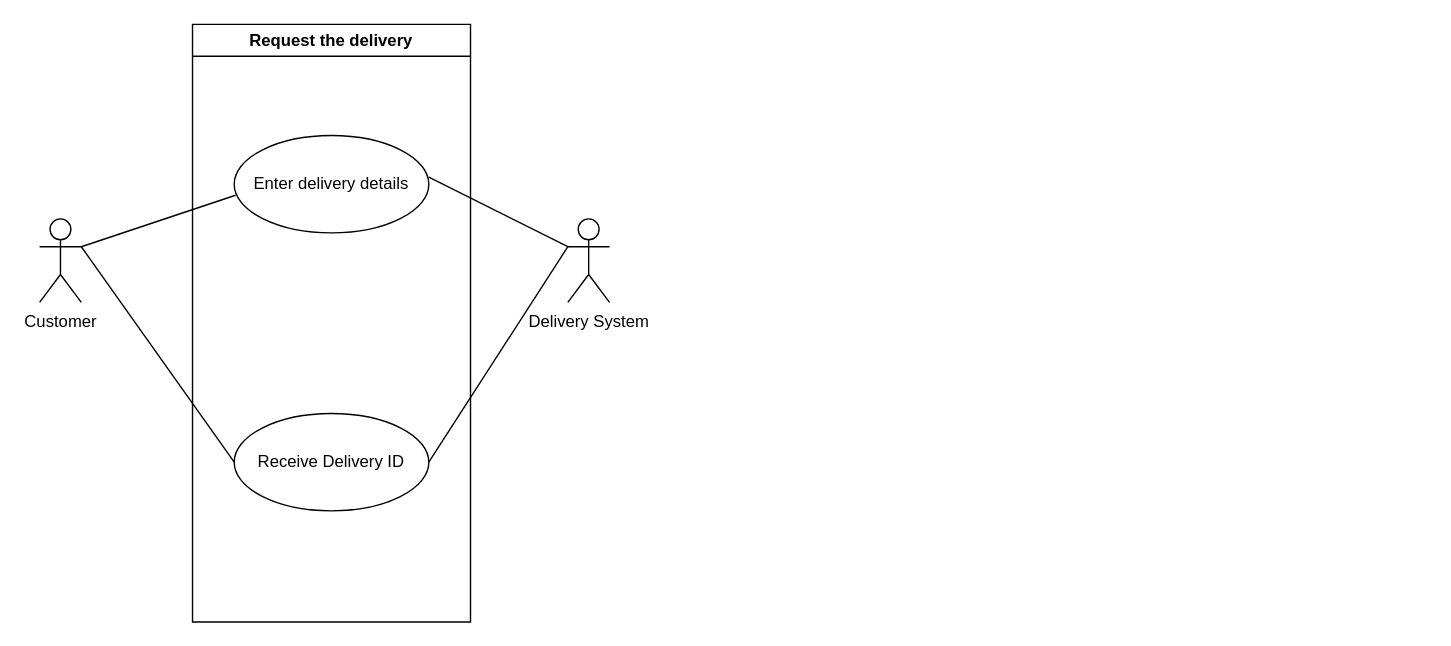
This is diagrams.drawio from thermoNuke1/The-blueprint--SOEN-343, a draw.io file, before an edit. Source tidied: cells renumbered, new cells numbered last; positions are measured from the earlier drawing's top-left corner, leaving out a move shared by most shapes. Both pictures are drawn from the tidied source at 139%, with x=0, y=0 at pixel (39, 24).
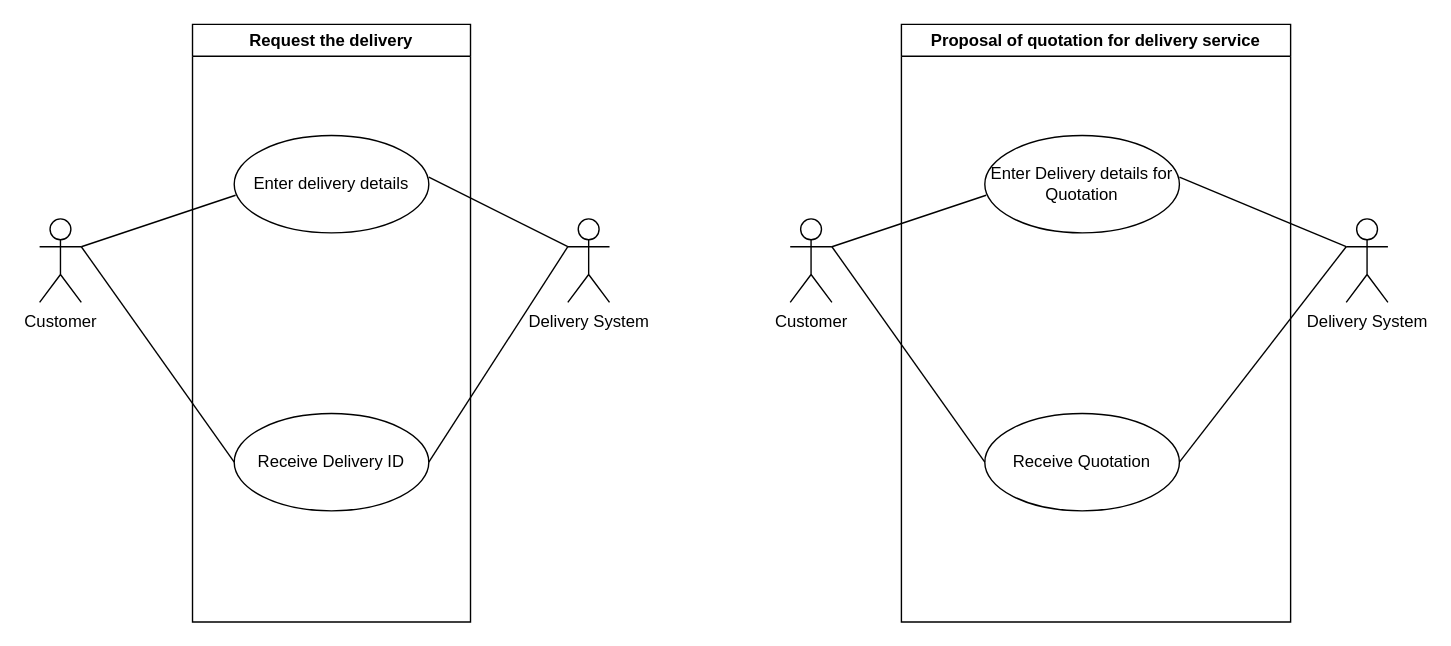
Above is the later version.

The edit, as a diff of the source:
```diff
@@
+    <mxCell id="11" value="Proposal of quotation for delivery service" style="swimlane;whiteSpace=wrap;html=1;" parent="1" vertex="1">
+      <mxGeometry x="620" width="280" height="430" as="geometry" />
+    </mxCell>
+    <mxCell id="12" value="Enter Delivery details for Quotation" style="ellipse;whiteSpace=wrap;html=1;" parent="11" vertex="1">
+      <mxGeometry x="60" y="80" width="140" height="70" as="geometry" />
+    </mxCell>
+    <mxCell id="13" value="Receive Quotation" style="ellipse;whiteSpace=wrap;html=1;" parent="11" vertex="1">
+      <mxGeometry x="60" y="280" width="140" height="70" as="geometry" />
+    </mxCell>
+    <mxCell id="14" style="endArrow=none;html=1;rounded=0;exitX=1;exitY=0.3333333333333333;exitDx=0;exitDy=0;exitPerimeter=0;" parent="11" edge="1">
+      <mxGeometry relative="1" as="geometry">
+        <mxPoint x="200" y="110" as="sourcePoint" />
+        <mxPoint x="320" y="160" as="targetPoint" />
+      </mxGeometry>
+    </mxCell>
+    <mxCell id="15" style="endArrow=none;html=1;rounded=0;entryX=0.007;entryY=0.614;entryDx=0;entryDy=0;entryPerimeter=0;" parent="11" edge="1" target="12">
+      <mxGeometry relative="1" as="geometry">
+        <mxPoint x="-50" y="160" as="sourcePoint" />
+      </mxGeometry>
+    </mxCell>
+    <mxCell id="16" style="endArrow=none;html=1;rounded=0;entryX=0;entryY=0.5;entryDx=0;entryDy=0;exitX=1;exitY=0.3333333333333333;exitDx=0;exitDy=0;exitPerimeter=0;" parent="11" edge="1" target="13">
+      <mxGeometry relative="1" as="geometry">
+        <mxPoint x="-50" y="160" as="sourcePoint" />
+      </mxGeometry>
+    </mxCell>
+    <mxCell id="17" value="Customer" style="shape=umlActor;verticalLabelPosition=bottom;verticalAlign=top;html=1;" parent="1" vertex="1">
+      <mxGeometry x="540" y="140" width="30" height="60" as="geometry" />
+    </mxCell>
+    <mxCell id="18" value="Delivery System" style="shape=umlActor;verticalLabelPosition=bottom;verticalAlign=top;html=1;outlineConnect=0;" parent="1" vertex="1">
+      <mxGeometry x="940" y="140" width="30" height="60" as="geometry" />
+    </mxCell>
+    <mxCell id="19" style="endArrow=none;html=1;rounded=0;exitX=1;exitY=0.5;exitDx=0;exitDy=0;entryX=0;entryY=0.3333333333333333;entryDx=0;entryDy=0;entryPerimeter=0;" parent="1" edge="1" source="13" target="18">
+      <mxGeometry relative="1" as="geometry" />
+    </mxCell>
```
